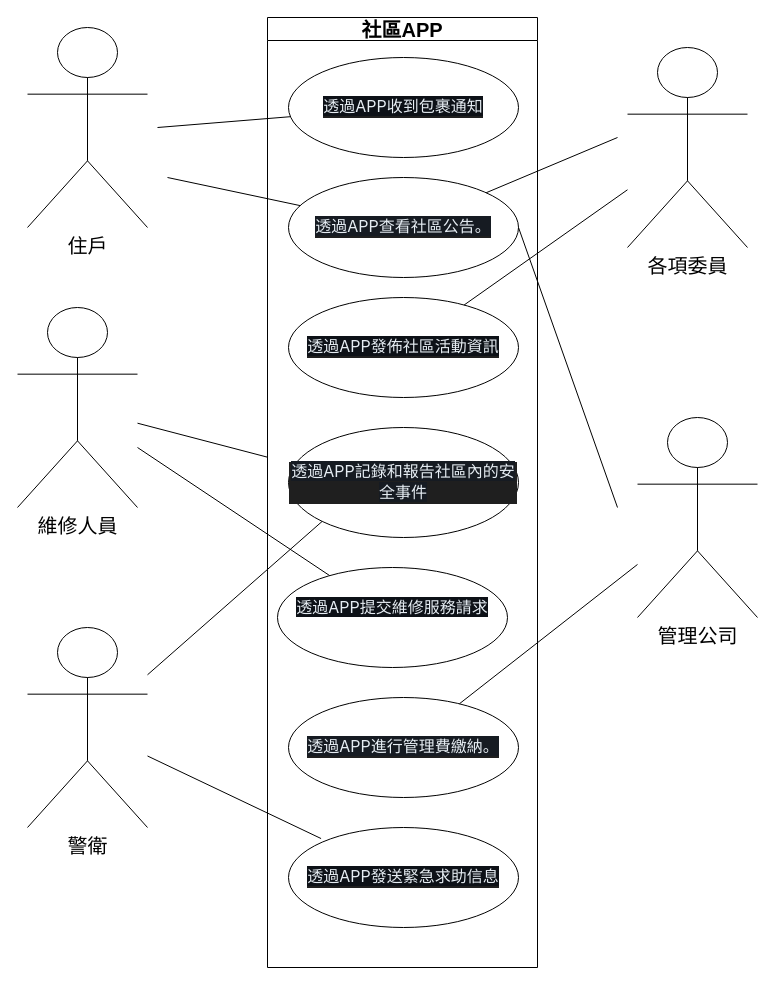
Above: answer.drawio in jijinjl/112-2HW3 (draw.io), before the change. Source tidied: cells renumbered, new cells numbered last; positions are measured from the earlier drawing's top-left corner, leaving out a move shared by most shapes. Both pictures are drawn from the tidied source at 100%, with x=0, y=0 at pixel (17, 17).
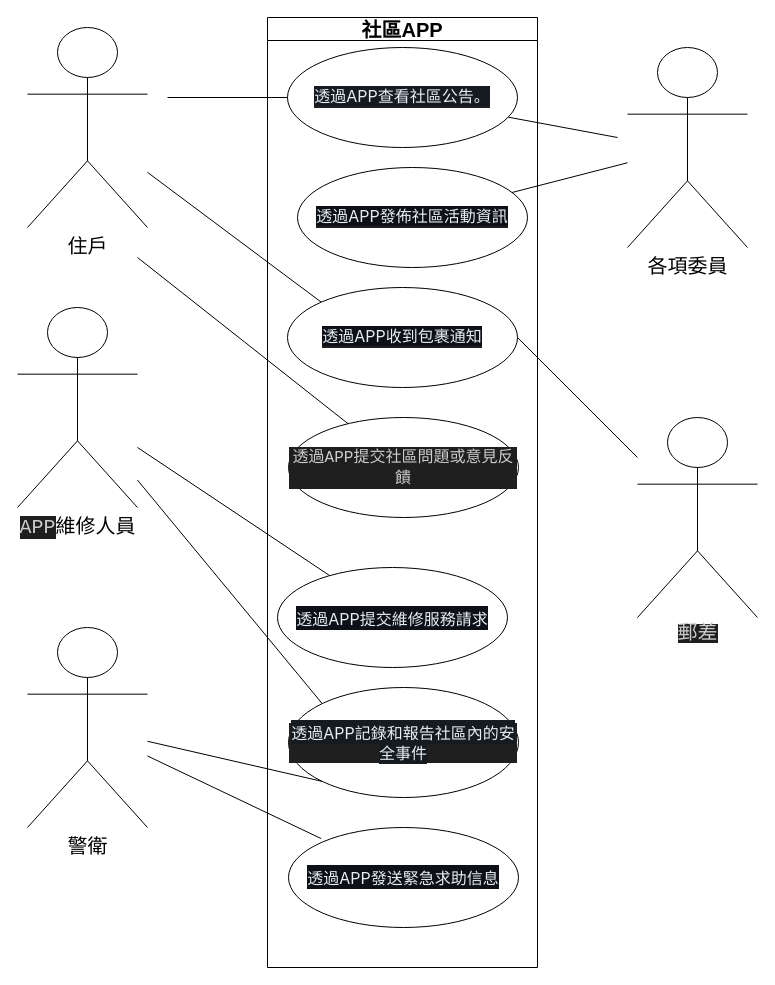
After the change.

Unchanged cells that the change refers to:
```xml
<mxCell id="2" value="&lt;font style=&quot;font-size: 20px;&quot;&gt;住戶&lt;/font&gt;" style="shape=umlActor;verticalLabelPosition=bottom;verticalAlign=top;html=1;outlineConnect=0;" parent="1" vertex="1">
  <mxGeometry x="10" y="10" width="120" height="200" as="geometry" />
</mxCell>
<mxCell id="8" value="社區APP" style="swimlane;whiteSpace=wrap;html=1;fontSize=20;" parent="1" vertex="1">
  <mxGeometry x="250" width="270" height="950" as="geometry" />
</mxCell>
```

Diff of the diagram source:
```diff
@@
-    <mxCell id="4" value="維修人員" style="shape=umlActor;verticalLabelPosition=bottom;verticalAlign=top;html=1;outlineConnect=0;fontSize=20;" parent="1" vertex="1">
+    <mxCell id="4" value="&lt;font size=&quot;1&quot; face=&quot;Consolas, Courier New, monospace&quot; color=&quot;#cccccc&quot;&gt;&lt;span style=&quot;background-color: rgb(31, 31, 31); font-size: 20px;&quot;&gt;APP&lt;/span&gt;&lt;/font&gt;維修人員" style="shape=umlActor;verticalLabelPosition=bottom;verticalAlign=top;html=1;outlineConnect=0;fontSize=20;" parent="1" vertex="1">
       <mxGeometry y="290" width="120" height="200" as="geometry" />
     </mxCell>
@@
-    <mxCell id="6" value="管理公司" style="shape=umlActor;verticalLabelPosition=bottom;verticalAlign=top;html=1;outlineConnect=0;fontSize=20;" parent="1" vertex="1">
+    <mxCell id="6" value="&lt;div style=&quot;color: rgb(204, 204, 204); background-color: rgb(31, 31, 31); font-family: Consolas, &amp;quot;Courier New&amp;quot;, monospace; line-height: 19px;&quot;&gt;&lt;font style=&quot;font-size: 20px;&quot;&gt;郵差 &lt;/font&gt;&lt;/div&gt;" style="shape=umlActor;verticalLabelPosition=bottom;verticalAlign=top;html=1;outlineConnect=0;fontSize=20;" parent="1" vertex="1">
       <mxGeometry x="620" y="400" width="120" height="200" as="geometry" />
     </mxCell>
-    <mxCell id="7" style="edgeStyle=none;html=1;fontSize=20;endArrow=none;endFill=0;" parent="1" edge="1" source="8" target="4">
+    <mxCell id="7" style="edgeStyle=none;html=1;fontSize=20;endArrow=none;endFill=0;exitX=0;exitY=0;exitDx=0;exitDy=0;" parent="1" edge="1" source="13" target="4">
       <mxGeometry relative="1" as="geometry" />
     </mxCell>
@@
     <mxCell id="9" value="&lt;div style=&quot;color: rgb(204, 204, 204); background-color: rgb(31, 31, 31); font-family: Consolas, &amp;quot;Courier New&amp;quot;, monospace; font-size: 14px; line-height: 19px;&quot;&gt;&lt;span style=&quot;color: rgb(230, 237, 243); font-family: -apple-system, BlinkMacSystemFont, &amp;quot;Segoe UI&amp;quot;, &amp;quot;Noto Sans&amp;quot;, Helvetica, Arial, sans-serif, &amp;quot;Apple Color Emoji&amp;quot;, &amp;quot;Segoe UI Emoji&amp;quot;; font-size: 16px; text-align: start; background-color: rgb(13, 17, 23);&quot;&gt;透過APP收到包裹通知&lt;/span&gt;&lt;br&gt;&lt;/div&gt;" style="ellipse;whiteSpace=wrap;html=1;fontSize=20;" parent="8" vertex="1">
-      <mxGeometry x="21" y="40" width="230" height="100" as="geometry" />
+      <mxGeometry x="20" y="270" width="230" height="100" as="geometry" />
     </mxCell>
-    <mxCell id="10" value="&#10;&lt;span style=&quot;color: rgb(230, 237, 243); font-family: -apple-system, BlinkMacSystemFont, &amp;quot;Segoe UI&amp;quot;, &amp;quot;Noto Sans&amp;quot;, Helvetica, Arial, sans-serif, &amp;quot;Apple Color Emoji&amp;quot;, &amp;quot;Segoe UI Emoji&amp;quot;; font-size: 16px; font-style: normal; font-variant-ligatures: normal; font-variant-caps: normal; font-weight: 400; letter-spacing: normal; orphans: 2; text-align: start; text-indent: 0px; text-transform: none; widows: 2; word-spacing: 0px; -webkit-text-stroke-width: 0px; background-color: rgb(13, 17, 23); text-decoration-thickness: initial; text-decoration-style: initial; text-decoration-color: initial; float: none; display: inline !important;&quot;&gt;透過APP提交維修服務請求&lt;/span&gt;&#10;&#10;" style="ellipse;whiteSpace=wrap;html=1;fontSize=20;" parent="8" vertex="1">
+    <mxCell id="10" value="&lt;font style=&quot;&quot;&gt;&lt;span style=&quot;color: rgb(230, 237, 243); font-family: -apple-system, BlinkMacSystemFont, &amp;quot;Segoe UI&amp;quot;, &amp;quot;Noto Sans&amp;quot;, Helvetica, Arial, sans-serif, &amp;quot;Apple Color Emoji&amp;quot;, &amp;quot;Segoe UI Emoji&amp;quot;; font-style: normal; font-variant-ligatures: normal; font-variant-caps: normal; font-weight: 400; letter-spacing: normal; orphans: 2; text-align: start; text-indent: 0px; text-transform: none; widows: 2; word-spacing: 0px; -webkit-text-stroke-width: 0px; background-color: rgb(13, 17, 23); text-decoration-thickness: initial; text-decoration-style: initial; text-decoration-color: initial; float: none; display: inline !important;&quot;&gt;&lt;font style=&quot;font-size: 16px;&quot;&gt;透過APP提交維修服務請求&lt;/font&gt;&lt;/span&gt;&lt;br&gt;&lt;/font&gt;" style="ellipse;whiteSpace=wrap;html=1;fontSize=20;" parent="8" vertex="1">
       <mxGeometry x="10" y="550" width="230" height="100" as="geometry" />
     </mxCell>
     <mxCell id="11" value="&lt;div style=&quot;color: rgb(204, 204, 204); background-color: rgb(31, 31, 31); font-family: Consolas, &amp;quot;Courier New&amp;quot;, monospace; font-size: 14px; line-height: 19px;&quot;&gt;&lt;span style=&quot;color: rgb(230, 237, 243); font-family: -apple-system, BlinkMacSystemFont, &amp;quot;Segoe UI&amp;quot;, &amp;quot;Noto Sans&amp;quot;, Helvetica, Arial, sans-serif, &amp;quot;Apple Color Emoji&amp;quot;, &amp;quot;Segoe UI Emoji&amp;quot;; font-size: 16px; text-align: start; background-color: rgb(22, 27, 34);&quot;&gt;透過APP查看社區公告。&lt;/span&gt;&lt;br&gt;&lt;/div&gt;" style="ellipse;whiteSpace=wrap;html=1;fontSize=20;" parent="8" vertex="1">
-      <mxGeometry x="21" y="160" width="230" height="100" as="geometry" />
+      <mxGeometry x="20" y="30" width="230" height="100" as="geometry" />
     </mxCell>
     <mxCell id="12" value="&lt;div style=&quot;color: rgb(204, 204, 204); background-color: rgb(31, 31, 31); font-family: Consolas, &amp;quot;Courier New&amp;quot;, monospace; font-size: 14px; line-height: 19px;&quot;&gt;&lt;span style=&quot;color: rgb(230, 237, 243); font-family: -apple-system, BlinkMacSystemFont, &amp;quot;Segoe UI&amp;quot;, &amp;quot;Noto Sans&amp;quot;, Helvetica, Arial, sans-serif, &amp;quot;Apple Color Emoji&amp;quot;, &amp;quot;Segoe UI Emoji&amp;quot;; font-size: 16px; text-align: start; background-color: rgb(13, 17, 23);&quot;&gt;透過APP發佈社區活動資訊&lt;/span&gt;&lt;br&gt;&lt;/div&gt;" style="ellipse;whiteSpace=wrap;html=1;fontSize=20;" parent="8" vertex="1">
-      <mxGeometry x="21" y="280" width="230" height="100" as="geometry" />
+      <mxGeometry x="30" y="150" width="230" height="100" as="geometry" />
     </mxCell>
-    <mxCell id="13" value="&lt;div style=&quot;color: rgb(204, 204, 204); background-color: rgb(31, 31, 31); font-family: Consolas, &amp;quot;Courier New&amp;quot;, monospace; font-size: 14px; line-height: 19px;&quot;&gt;&lt;span style=&quot;color: rgb(230, 237, 243); font-family: -apple-system, BlinkMacSystemFont, &amp;quot;Segoe UI&amp;quot;, &amp;quot;Noto Sans&amp;quot;, Helvetica, Arial, sans-serif, &amp;quot;Apple Color Emoji&amp;quot;, &amp;quot;Segoe UI Emoji&amp;quot;; font-size: 16px; text-align: start; background-color: rgb(22, 27, 34);&quot;&gt;透過APP記錄和報告社區內的安全事件&lt;/span&gt;&lt;br&gt;&lt;/div&gt;" style="ellipse;whiteSpace=wrap;html=1;fontSize=20;" parent="8" vertex="1">
-      <mxGeometry x="21" y="410" width="230" height="110" as="geometry" />
+    <mxCell id="13" value="&lt;div style=&quot;color: rgb(204, 204, 204); background-color: rgb(31, 31, 31); font-family: Consolas, &amp;quot;Courier New&amp;quot;, monospace; line-height: 19px;&quot;&gt;&lt;span style=&quot;color: rgb(230, 237, 243); font-family: -apple-system, BlinkMacSystemFont, &amp;quot;Segoe UI&amp;quot;, &amp;quot;Noto Sans&amp;quot;, Helvetica, Arial, sans-serif, &amp;quot;Apple Color Emoji&amp;quot;, &amp;quot;Segoe UI Emoji&amp;quot;; text-align: start; background-color: rgb(22, 27, 34);&quot;&gt;&lt;font style=&quot;font-size: 16px;&quot;&gt;透過APP記錄和報告社區內的安全事件&lt;/font&gt;&lt;/span&gt;&lt;br&gt;&lt;/div&gt;" style="ellipse;whiteSpace=wrap;html=1;fontSize=20;" parent="8" vertex="1">
+      <mxGeometry x="21" y="670" width="230" height="110" as="geometry" />
     </mxCell>
-    <mxCell id="14" value="&lt;div style=&quot;color: rgb(204, 204, 204); background-color: rgb(31, 31, 31); font-family: Consolas, &amp;quot;Courier New&amp;quot;, monospace; font-size: 14px; line-height: 19px;&quot;&gt;&lt;span style=&quot;color: rgb(230, 237, 243); font-family: -apple-system, BlinkMacSystemFont, &amp;quot;Segoe UI&amp;quot;, &amp;quot;Noto Sans&amp;quot;, Helvetica, Arial, sans-serif, &amp;quot;Apple Color Emoji&amp;quot;, &amp;quot;Segoe UI Emoji&amp;quot;; font-size: 16px; text-align: start; background-color: rgb(22, 27, 34);&quot;&gt;透過APP進行管理費繳納。&lt;/span&gt;&lt;br&gt;&lt;/div&gt;" style="ellipse;whiteSpace=wrap;html=1;fontSize=20;" parent="8" vertex="1">
-      <mxGeometry x="21" y="680" width="230" height="100" as="geometry" />
+    <mxCell id="14" value="&lt;div style=&quot;color: rgb(204, 204, 204); background-color: rgb(31, 31, 31); font-family: Consolas, &amp;quot;Courier New&amp;quot;, monospace; line-height: 19px;&quot;&gt;&lt;div style=&quot;line-height: 19px;&quot;&gt;&lt;font style=&quot;font-size: 16px;&quot;&gt;透過APP提交社區問題或意見反饋&lt;/font&gt;&lt;/div&gt;&lt;/div&gt;" style="ellipse;whiteSpace=wrap;html=1;fontSize=20;" parent="8" vertex="1">
+      <mxGeometry x="21" y="400" width="230" height="100" as="geometry" />
     </mxCell>
-    <mxCell id="15" value="&lt;div style=&quot;color: rgb(204, 204, 204); background-color: rgb(31, 31, 31); font-family: Consolas, &amp;quot;Courier New&amp;quot;, monospace; font-size: 14px; line-height: 19px;&quot;&gt;&lt;span style=&quot;color: rgb(230, 237, 243); font-family: -apple-system, BlinkMacSystemFont, &amp;quot;Segoe UI&amp;quot;, &amp;quot;Noto Sans&amp;quot;, Helvetica, Arial, sans-serif, &amp;quot;Apple Color Emoji&amp;quot;, &amp;quot;Segoe UI Emoji&amp;quot;; font-size: 16px; text-align: start; background-color: rgb(13, 17, 23);&quot;&gt;透過APP發送緊急求助信息&lt;/span&gt;&lt;br&gt;&lt;/div&gt;" style="ellipse;whiteSpace=wrap;html=1;fontSize=20;strokeWidth=1;perimeterSpacing=4;" parent="8" vertex="1">
+    <mxCell id="15" value="&lt;div style=&quot;color: rgb(204, 204, 204); background-color: rgb(31, 31, 31); font-family: Consolas, &amp;quot;Courier New&amp;quot;, monospace; line-height: 19px;&quot;&gt;&lt;span style=&quot;color: rgb(230, 237, 243); font-family: -apple-system, BlinkMacSystemFont, &amp;quot;Segoe UI&amp;quot;, &amp;quot;Noto Sans&amp;quot;, Helvetica, Arial, sans-serif, &amp;quot;Apple Color Emoji&amp;quot;, &amp;quot;Segoe UI Emoji&amp;quot;; text-align: start; background-color: rgb(13, 17, 23);&quot;&gt;&lt;font style=&quot;font-size: 16px;&quot;&gt;透過APP發送緊急求助信息&lt;/font&gt;&lt;/span&gt;&lt;br&gt;&lt;/div&gt;" style="ellipse;whiteSpace=wrap;html=1;fontSize=20;strokeWidth=1;perimeterSpacing=4;" parent="8" vertex="1">
       <mxGeometry x="21" y="810" width="230" height="100" as="geometry" />
     </mxCell>
-    <mxCell id="16" style="edgeStyle=none;html=1;fontSize=20;endArrow=none;endFill=0;" parent="1" edge="1" source="9">
-      <mxGeometry relative="1" as="geometry">
-        <mxPoint x="140" y="110" as="targetPoint" />
-      </mxGeometry>
+    <mxCell id="16" style="edgeStyle=none;html=1;fontSize=20;endArrow=none;endFill=0;exitX=0;exitY=0;exitDx=0;exitDy=0;" parent="1" edge="1" source="9" target="2">
+      <mxGeometry relative="1" as="geometry" />
     </mxCell>
@@
     <mxCell id="18" style="edgeStyle=none;html=1;fontSize=20;endArrow=none;endFill=0;" parent="1" edge="1" source="11">
       <mxGeometry relative="1" as="geometry">
-        <mxPoint x="150" y="160" as="targetPoint" />
+        <mxPoint x="150" y="80" as="targetPoint" />
       </mxGeometry>
     </mxCell>
@@
-    <mxCell id="22" style="edgeStyle=none;html=1;fontSize=20;endArrow=none;endFill=0;" parent="1" edge="1" source="14" target="6">
-      <mxGeometry relative="1" as="geometry" />
-    </mxCell>
@@
-    <mxCell id="24" style="edgeStyle=none;html=1;exitX=1;exitY=0.5;exitDx=0;exitDy=0;fontSize=20;endArrow=none;endFill=0;" parent="1" edge="1" source="11">
-      <mxGeometry relative="1" as="geometry">
-        <mxPoint x="600" y="490" as="targetPoint" />
-      </mxGeometry>
-    </mxCell>
+    <mxCell id="25" style="edgeStyle=none;html=1;fontSize=20;endArrow=none;endFill=0;exitX=1;exitY=0.5;exitDx=0;exitDy=0;" parent="1" edge="1" source="9" target="6">
+      <mxGeometry relative="1" as="geometry" />
+    </mxCell>
+    <mxCell id="26" style="edgeStyle=none;html=1;fontSize=20;endArrow=none;endFill=0;" parent="1" edge="1" source="14">
+      <mxGeometry relative="1" as="geometry">
+        <mxPoint x="120" y="240" as="targetPoint" />
+      </mxGeometry>
+    </mxCell>
```
